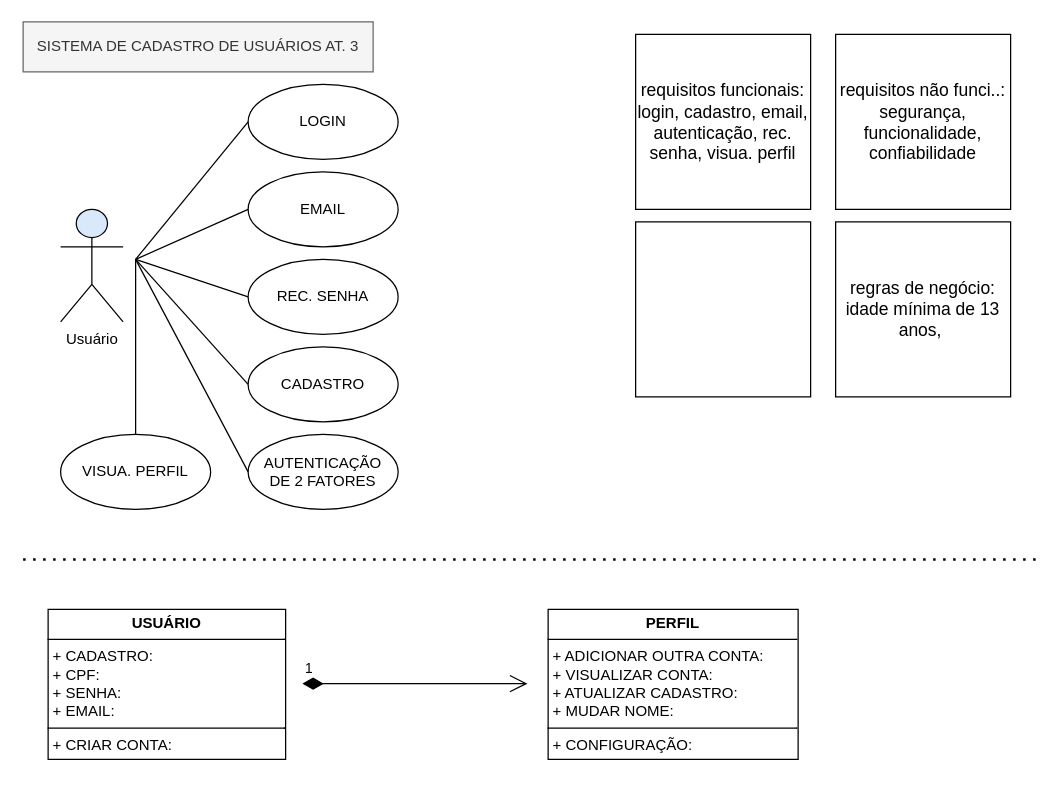
Before: page "at.3 SCU" (6 of 6) of Diagrama sem nome.drawio in iisabelleandrade/diagramasderequisitos, a draw.io diagram. Source tidied: cells renumbered, new cells numbered last; positions are measured from the earlier drawing's top-left corner, leaving out a move shared by most shapes. Both pictures are drawn from the tidied source at 125%, with x=0, y=0 at pixel (22, 21).
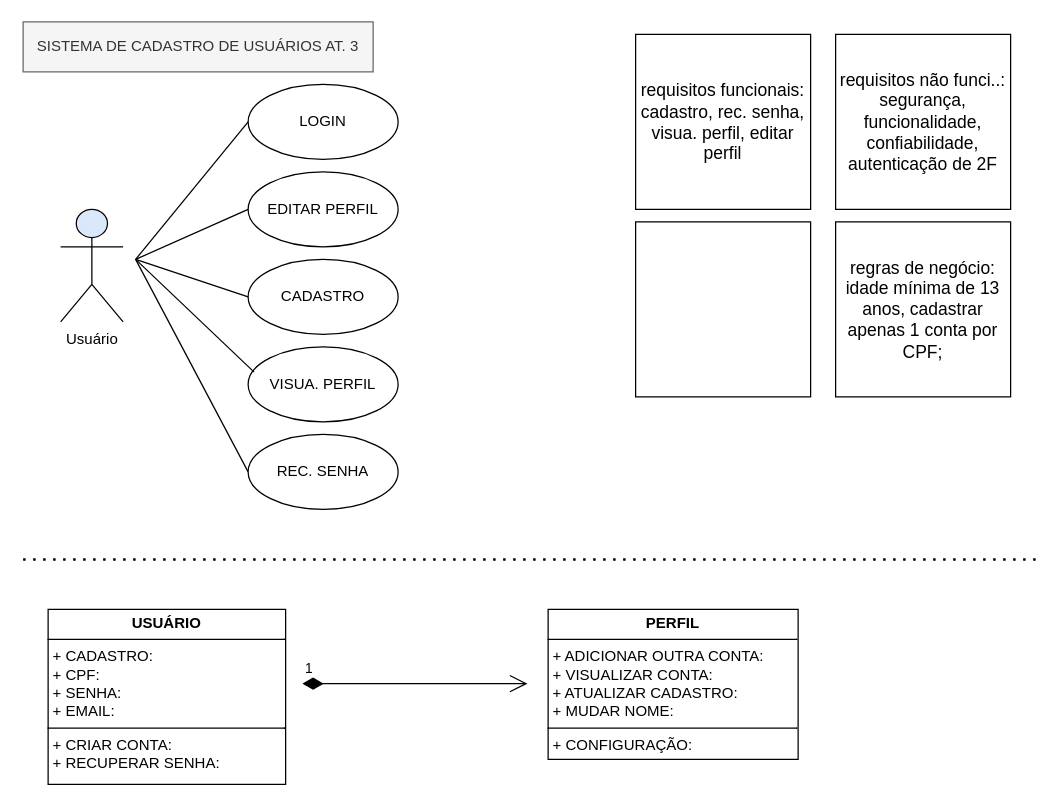
After the change.

Diff of the diagram source:
```diff
@@
     <mxCell id="4" value="CADASTRO" style="ellipse;whiteSpace=wrap;html=1;" parent="1" vertex="1">
-      <mxGeometry x="180" y="260" width="120" height="60" as="geometry" />
+      <mxGeometry x="180" y="190" width="120" height="60" as="geometry" />
     </mxCell>
@@
-    <mxCell id="6" value="EMAIL" style="ellipse;whiteSpace=wrap;html=1;" parent="1" vertex="1">
-      <mxGeometry x="180" y="120" width="120" height="60" as="geometry" />
-    </mxCell>
@@
-    <mxCell id="10" value="AUTENTICAÇÃO&lt;div&gt;DE 2 FATORES&lt;/div&gt;" style="ellipse;whiteSpace=wrap;html=1;" parent="1" vertex="1">
-      <mxGeometry x="180" y="330" width="120" height="60" as="geometry" />
-    </mxCell>
-    <mxCell id="11" value="&lt;font style=&quot;font-size: 14px;&quot;&gt;requisitos funcionais:&lt;/font&gt;&lt;div&gt;&lt;font style=&quot;font-size: 14px;&quot;&gt;login, cadastro, email, autenticação, rec. senha, visua. perfil&lt;/font&gt;&lt;/div&gt;" style="whiteSpace=wrap;html=1;" parent="1" vertex="1">
+    <mxCell id="11" value="&lt;font style=&quot;font-size: 14px;&quot;&gt;requisitos funcionais:&lt;/font&gt;&lt;div&gt;&lt;font style=&quot;font-size: 14px;&quot;&gt;cadastro, rec. senha, visua. perfil, editar perfil&lt;/font&gt;&lt;/div&gt;" style="whiteSpace=wrap;html=1;" parent="1" vertex="1">
       <mxGeometry x="490" y="10" width="140" height="140" as="geometry" />
     </mxCell>
-    <mxCell id="12" value="&lt;font style=&quot;font-size: 14px;&quot;&gt;requisitos não funci..:&lt;/font&gt;&lt;div&gt;&lt;font style=&quot;font-size: 14px;&quot;&gt;segurança, funcionalidade, confiabilidade&lt;/font&gt;&lt;/div&gt;" style="whiteSpace=wrap;html=1;" parent="1" vertex="1">
+    <mxCell id="12" value="&lt;font style=&quot;font-size: 14px;&quot;&gt;requisitos não funci..:&lt;/font&gt;&lt;div&gt;&lt;font style=&quot;font-size: 14px;&quot;&gt;segurança, funcionalidade, confiabilidade, autenticação de 2F&lt;/font&gt;&lt;/div&gt;" style="whiteSpace=wrap;html=1;" parent="1" vertex="1">
       <mxGeometry x="650" y="10" width="140" height="140" as="geometry" />
     </mxCell>
-    <mxCell id="13" value="&lt;font&gt;regras de negócio:&lt;/font&gt;&lt;div&gt;idade mínima de 13 anos,&amp;nbsp;&lt;/div&gt;" style="whiteSpace=wrap;html=1;fontSize=14;" parent="1" vertex="1">
+    <mxCell id="13" value="&lt;font&gt;regras de negócio:&lt;/font&gt;&lt;div&gt;idade mínima de 13 anos, cadastrar apenas 1 conta por CPF;&lt;/div&gt;" style="whiteSpace=wrap;html=1;fontSize=14;" parent="1" vertex="1">
       <mxGeometry x="650" y="160" width="140" height="140" as="geometry" />
     </mxCell>
     <mxCell id="14" value="REC. SENHA" style="ellipse;whiteSpace=wrap;html=1;" parent="1" vertex="1">
-      <mxGeometry x="180" y="190" width="120" height="60" as="geometry" />
+      <mxGeometry x="180" y="330" width="120" height="60" as="geometry" />
     </mxCell>
     <mxCell id="15" value="VISUA. PERFIL" style="ellipse;whiteSpace=wrap;html=1;" parent="1" vertex="1">
-      <mxGeometry x="30" y="330" width="120" height="60" as="geometry" />
+      <mxGeometry x="180" y="260" width="120" height="60" as="geometry" />
     </mxCell>
@@
-    <mxCell id="18" value="&lt;p style=&quot;margin:0px;margin-top:4px;text-align:center;&quot;&gt;&lt;b&gt;USUÁRIO&lt;/b&gt;&lt;/p&gt;&lt;hr size=&quot;1&quot; style=&quot;border-style:solid;&quot;&gt;&lt;p style=&quot;margin:0px;margin-left:4px;&quot;&gt;+ CADASTRO:&lt;/p&gt;&lt;p style=&quot;margin:0px;margin-left:4px;&quot;&gt;+ CPF:&lt;/p&gt;&lt;p style=&quot;margin:0px;margin-left:4px;&quot;&gt;&lt;span style=&quot;background-color: transparent; color: light-dark(rgb(0, 0, 0), rgb(255, 255, 255));&quot;&gt;+ SENHA:&lt;/span&gt;&lt;/p&gt;&lt;p style=&quot;margin:0px;margin-left:4px;&quot;&gt;&lt;span style=&quot;background-color: transparent; color: light-dark(rgb(0, 0, 0), rgb(255, 255, 255));&quot;&gt;+ EMAIL:&lt;/span&gt;&lt;/p&gt;&lt;hr size=&quot;1&quot; style=&quot;border-style:solid;&quot;&gt;&lt;p style=&quot;margin:0px;margin-left:4px;&quot;&gt;+ CRIAR CONTA:&amp;nbsp;&lt;/p&gt;&lt;p style=&quot;margin:0px;margin-left:4px;&quot;&gt;&lt;br&gt;&lt;/p&gt;" style="verticalAlign=top;align=left;overflow=fill;html=1;whiteSpace=wrap;" parent="1" vertex="1">
-      <mxGeometry x="20" y="470" width="190" height="120" as="geometry" />
+    <mxCell id="18" value="&lt;p style=&quot;margin:0px;margin-top:4px;text-align:center;&quot;&gt;&lt;b&gt;USUÁRIO&lt;/b&gt;&lt;/p&gt;&lt;hr size=&quot;1&quot; style=&quot;border-style:solid;&quot;&gt;&lt;p style=&quot;margin:0px;margin-left:4px;&quot;&gt;+ CADASTRO:&lt;/p&gt;&lt;p style=&quot;margin:0px;margin-left:4px;&quot;&gt;+ CPF:&lt;/p&gt;&lt;p style=&quot;margin:0px;margin-left:4px;&quot;&gt;&lt;span style=&quot;background-color: transparent; color: light-dark(rgb(0, 0, 0), rgb(255, 255, 255));&quot;&gt;+ SENHA:&lt;/span&gt;&lt;/p&gt;&lt;p style=&quot;margin:0px;margin-left:4px;&quot;&gt;&lt;span style=&quot;background-color: transparent; color: light-dark(rgb(0, 0, 0), rgb(255, 255, 255));&quot;&gt;+ EMAIL:&lt;/span&gt;&lt;/p&gt;&lt;hr size=&quot;1&quot; style=&quot;border-style:solid;&quot;&gt;&lt;p style=&quot;margin:0px;margin-left:4px;&quot;&gt;+ CRIAR CONTA:&amp;nbsp;&lt;/p&gt;&lt;p style=&quot;margin:0px;margin-left:4px;&quot;&gt;+ RECUPERAR SENHA:&lt;/p&gt;&lt;p style=&quot;margin:0px;margin-left:4px;&quot;&gt;&lt;br&gt;&lt;/p&gt;" style="verticalAlign=top;align=left;overflow=fill;html=1;whiteSpace=wrap;" parent="1" vertex="1">
+      <mxGeometry x="20" y="470" width="190" height="140" as="geometry" />
     </mxCell>
-    <mxCell id="19" style="endArrow=none;html=1;rounded=0;entryX=0;entryY=0.5;entryDx=0;entryDy=0;" parent="1" edge="1" target="6">
-      <mxGeometry relative="1" as="geometry">
-        <mxPoint x="90" y="190" as="sourcePoint" />
-      </mxGeometry>
-    </mxCell>
-    <mxCell id="20" style="endArrow=none;html=1;rounded=0;exitX=0.5;exitY=0;exitDx=0;exitDy=0;" parent="1" edge="1" source="15">
+    <mxCell id="20" style="endArrow=none;html=1;rounded=0;exitX=0.04;exitY=0.337;exitDx=0;exitDy=0;exitPerimeter=0;" parent="1" edge="1" source="15">
       <mxGeometry relative="1" as="geometry">
         <mxPoint x="90" y="190" as="targetPoint" />
       </mxGeometry>
     </mxCell>
-    <mxCell id="21" style="endArrow=none;html=1;rounded=0;exitX=0;exitY=0.5;exitDx=0;exitDy=0;" parent="1" edge="1" source="10">
-      <mxGeometry relative="1" as="geometry">
-        <mxPoint x="90" y="190" as="targetPoint" />
-      </mxGeometry>
-    </mxCell>
@@
+    <mxCell id="24" value="EDITAR PERFIL" style="ellipse;whiteSpace=wrap;html=1;" parent="1" vertex="1">
+      <mxGeometry x="180" y="120" width="120" height="60" as="geometry" />
+    </mxCell>
+    <mxCell id="25" style="endArrow=none;html=1;rounded=0;entryX=0;entryY=0.5;entryDx=0;entryDy=0;" parent="1" edge="1" target="24">
+      <mxGeometry relative="1" as="geometry">
+        <mxPoint x="90" y="190" as="sourcePoint" />
+      </mxGeometry>
+    </mxCell>
```
